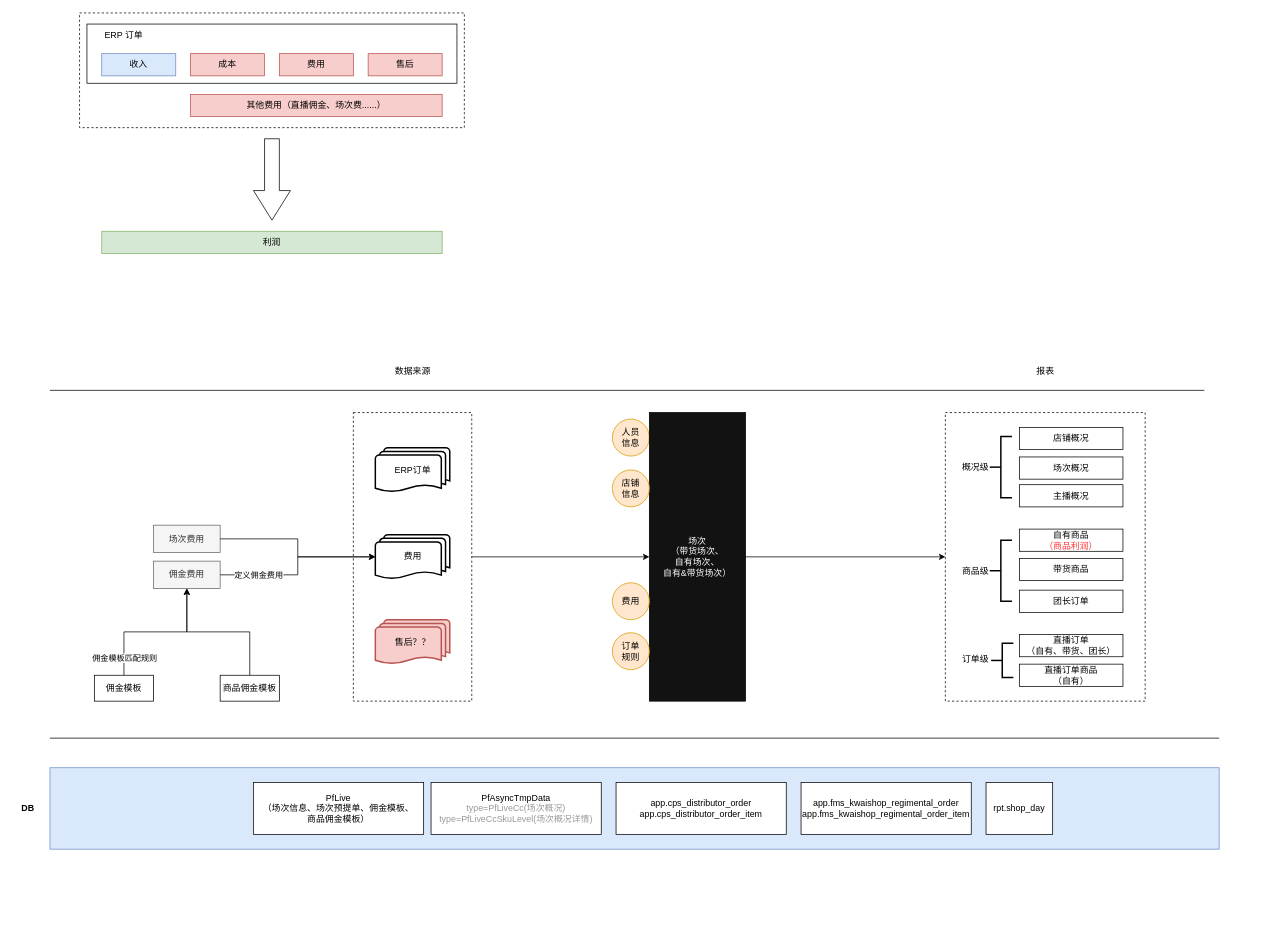
This is pflive.drawio from Timothyliao/diagramsRepo, a draw.io file, before an edit. Source tidied: cells renumbered, new cells numbered last; positions are measured from the earlier drawing's top-left corner, leaving out a move shared by most shapes. Both pictures are drawn from the tidied source at 74%, with x=0, y=0 at pixel (13, 13).
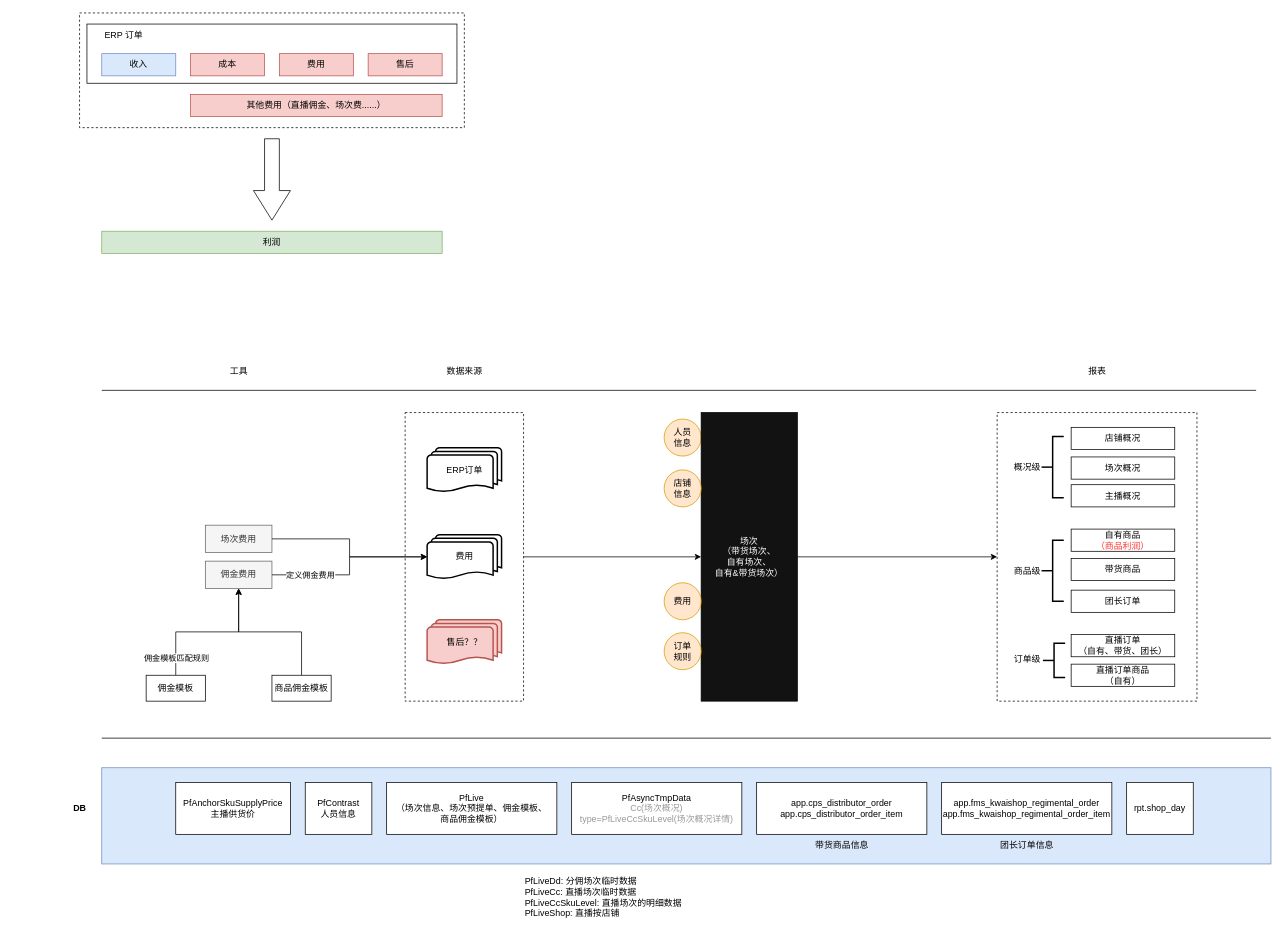
The same page after the edit.

The edit, as a diff of the source:
```diff
@@
     <mxCell id="2" style="group;" parent="1" vertex="1">
-      <mxGeometry x="810" y="540" width="180" height="390" as="geometry" />
+      <mxGeometry x="880" y="540" width="180" height="390" as="geometry" />
     </mxCell>
@@
     <mxCell id="20" value="佣金费用" style="rounded=0;whiteSpace=wrap;html=1;fillColor=#f5f5f5;fontColor=#333333;strokeColor=#666666;" parent="1" vertex="1">
-      <mxGeometry x="190" y="740.8" width="90" height="37" as="geometry" />
+      <mxGeometry x="260" y="740.8" width="90" height="37" as="geometry" />
     </mxCell>
@@
     <mxCell id="23" value="佣金模板" style="rounded=0;whiteSpace=wrap;html=1;" parent="1" vertex="1">
-      <mxGeometry x="110" y="895" width="80" height="35" as="geometry" />
+      <mxGeometry x="180" y="895" width="80" height="35" as="geometry" />
     </mxCell>
@@
     <mxCell id="25" value="商品佣金模板" style="rounded=0;whiteSpace=wrap;html=1;" parent="1" vertex="1">
-      <mxGeometry x="280" y="895" width="80" height="35" as="geometry" />
+      <mxGeometry x="350" y="895" width="80" height="35" as="geometry" />
     </mxCell>
     <mxCell id="26" value="场次费用" style="rounded=0;whiteSpace=wrap;html=1;fillColor=#f5f5f5;fontColor=#333333;strokeColor=#666666;" parent="1" vertex="1">
-      <mxGeometry x="190" y="692.2" width="90" height="37" as="geometry" />
+      <mxGeometry x="260" y="692.2" width="90" height="37" as="geometry" />
     </mxCell>
@@
     <mxCell id="30" style="rounded=0;whiteSpace=wrap;html=1;fillColor=#dae8fc;strokeColor=#6c8ebf;" parent="1" vertex="1">
-      <mxGeometry x="50" y="1020" width="1580" height="110" as="geometry" />
+      <mxGeometry x="120" y="1020" width="1580" height="130" as="geometry" />
     </mxCell>
-    <mxCell id="31" value="PfLive&lt;br&gt;（场次信息、场次预提单、佣金模板、&lt;br&gt;商品佣金模板）" style="rounded=0;whiteSpace=wrap;html=1;" parent="1" vertex="1">
-      <mxGeometry x="325" y="1040" width="230" height="70" as="geometry" />
+    <mxCell id="31" value="PfLive&lt;br&gt;（场次信息、场次预提单、佣金模板、&lt;br&gt;商品佣金模板）" style="rounded=0;whiteSpace=wrap;html=1;flipH=0;flipV=1;" parent="1" vertex="1">
+      <mxGeometry x="505" y="1040" width="230" height="70" as="geometry" />
     </mxCell>
-    <mxCell id="32" value="rpt.shop_day" style="rounded=0;whiteSpace=wrap;html=1;" parent="1" vertex="1">
-      <mxGeometry x="1315" y="1040" width="90" height="70" as="geometry" />
+    <mxCell id="32" value="rpt.shop_day" style="rounded=0;whiteSpace=wrap;html=1;flipH=0;flipV=1;" parent="1" vertex="1">
+      <mxGeometry x="1505" y="1040" width="90" height="70" as="geometry" />
     </mxCell>
-    <mxCell id="33" value="PfAsyncTmpData&lt;br style=&quot;border-color: var(--border-color);&quot;&gt;&lt;font color=&quot;#999999&quot;&gt;type=PfLiveCc(场次概况)&lt;br style=&quot;border-color: var(--border-color);&quot;&gt;type=PfLiveCcSkuLevel(场次概况详情)&lt;/font&gt;" style="rounded=0;whiteSpace=wrap;html=1;" parent="1" vertex="1">
-      <mxGeometry x="565" y="1040" width="230" height="70" as="geometry" />
+    <mxCell id="33" value="PfAsyncTmpData&lt;br style=&quot;border-color: var(--border-color);&quot;&gt;&lt;font color=&quot;#999999&quot;&gt;Cc(场次概况)&lt;br style=&quot;border-color: var(--border-color);&quot;&gt;type=PfLiveCcSkuLevel(场次概况详情)&lt;/font&gt;" style="rounded=0;whiteSpace=wrap;html=1;flipH=0;flipV=1;" parent="1" vertex="1">
+      <mxGeometry x="755" y="1040" width="230" height="70" as="geometry" />
     </mxCell>
-    <mxCell id="34" value="app.cps_distributor_order&lt;br&gt;app.cps_distributor_order_item" style="rounded=0;whiteSpace=wrap;html=1;" parent="1" vertex="1">
-      <mxGeometry x="815" y="1040" width="230" height="70" as="geometry" />
+    <mxCell id="34" value="app.cps_distributor_order&lt;br&gt;app.cps_distributor_order_item" style="rounded=0;whiteSpace=wrap;html=1;flipH=0;flipV=1;" parent="1" vertex="1">
+      <mxGeometry x="1005" y="1040" width="230" height="70" as="geometry" />
     </mxCell>
-    <mxCell id="35" value="app.fms_kwaishop_regimental_order&lt;br&gt;app.fms_kwaishop_regimental_order_item" style="rounded=0;whiteSpace=wrap;html=1;" parent="1" vertex="1">
-      <mxGeometry x="1065" y="1040" width="230" height="70" as="geometry" />
+    <mxCell id="35" value="app.fms_kwaishop_regimental_order&lt;br&gt;app.fms_kwaishop_regimental_order_item" style="rounded=0;whiteSpace=wrap;html=1;flipH=0;flipV=1;" parent="1" vertex="1">
+      <mxGeometry x="1255" y="1040" width="230" height="70" as="geometry" />
     </mxCell>
     <mxCell id="36" style="group;" parent="1" vertex="1">
-      <mxGeometry x="1260" y="540" width="270" height="390" as="geometry" />
+      <mxGeometry x="1330" y="540" width="270" height="390" as="geometry" />
     </mxCell>
@@
     <mxCell id="52" style="group;" parent="1" vertex="1">
-      <mxGeometry x="460" y="540" width="160" height="390" as="geometry" />
+      <mxGeometry x="530" y="540" width="160" height="390" as="geometry" />
     </mxCell>
@@
     <mxCell id="57" value="&lt;b&gt;DB&lt;/b&gt;" style="text;html=1;align=center;verticalAlign=middle;strokeColor=none;fillColor=none;" parent="1" vertex="1">
-      <mxGeometry y="1060" width="40" height="30" as="geometry" />
+      <mxGeometry x="70" y="1060" width="40" height="30" as="geometry" />
     </mxCell>
     <mxCell id="58" value="数据来源" style="text;html=1;align=center;verticalAlign=middle;strokeColor=none;fillColor=none;" parent="1" vertex="1">
-      <mxGeometry x="505" y="470" width="70" height="30" as="geometry" />
+      <mxGeometry x="575" y="470" width="70" height="30" as="geometry" />
     </mxCell>
     <mxCell id="59" value="报表" style="text;html=1;align=center;verticalAlign=middle;strokeColor=none;fillColor=none;" parent="1" vertex="1">
-      <mxGeometry x="1370" y="470" width="50" height="30" as="geometry" />
+      <mxGeometry x="1440" y="470" width="50" height="30" as="geometry" />
     </mxCell>
     <mxCell id="60" style="endArrow=none;html=1;rounded=0;" parent="1" edge="1">
       <mxGeometry relative="1" as="geometry">
-        <mxPoint x="50" y="510" as="sourcePoint" />
-        <mxPoint x="1610" y="510" as="targetPoint" />
+        <mxPoint x="120" y="510" as="sourcePoint" />
+        <mxPoint x="1680" y="510" as="targetPoint" />
       </mxGeometry>
     </mxCell>
     <mxCell id="61" style="endArrow=none;html=1;rounded=0;" parent="1" edge="1">
       <mxGeometry relative="1" as="geometry">
-        <mxPoint x="50" y="980" as="sourcePoint" />
-        <mxPoint x="1630" y="980" as="targetPoint" />
+        <mxPoint x="120" y="980" as="sourcePoint" />
+        <mxPoint x="1700" y="980" as="targetPoint" />
       </mxGeometry>
     </mxCell>
+    <mxCell id="62" value="&lt;div&gt;PfLiveDd: 分佣场次临时数据&lt;/div&gt;&lt;div&gt;PfLiveCc: 直播场次临时数据&lt;/div&gt;&lt;div&gt;PfLiveCcSkuLevel: 直播场次的明细数据&lt;/div&gt;&lt;div&gt;PfLiveShop: 直播按店铺&lt;/div&gt;" style="text;html=1;align=left;verticalAlign=middle;strokeColor=none;fillColor=none;" parent="1" vertex="1">
+      <mxGeometry x="690" y="1160" width="240" height="70" as="geometry" />
+    </mxCell>
+    <mxCell id="63" value="工具" style="text;html=1;align=center;verticalAlign=middle;strokeColor=none;fillColor=none;" parent="1" vertex="1">
+      <mxGeometry x="280" y="470" width="50" height="30" as="geometry" />
+    </mxCell>
+    <mxCell id="64" value="PfContrast&lt;br&gt;人员信息" style="rounded=0;whiteSpace=wrap;html=1;flipH=0;flipV=1;" parent="1" vertex="1">
+      <mxGeometry x="395" y="1040" width="90" height="70" as="geometry" />
+    </mxCell>
+    <mxCell id="65" value="带货商品信息" style="text;html=1;align=center;verticalAlign=middle;strokeColor=none;fillColor=none;" parent="1" vertex="1">
+      <mxGeometry x="1070" y="1110" width="100" height="30" as="geometry" />
+    </mxCell>
+    <mxCell id="66" value="团长订单信息" style="text;html=1;align=center;verticalAlign=middle;strokeColor=none;fillColor=none;" parent="1" vertex="1">
+      <mxGeometry x="1320" y="1110" width="100" height="30" as="geometry" />
+    </mxCell>
+    <mxCell id="67" value="PfAnchorSkuSupplyPrice&lt;br&gt;主播供货价" style="rounded=0;whiteSpace=wrap;html=1;flipH=0;flipV=1;" parent="1" vertex="1">
+      <mxGeometry x="220" y="1040" width="155" height="70" as="geometry" />
+    </mxCell>
```
